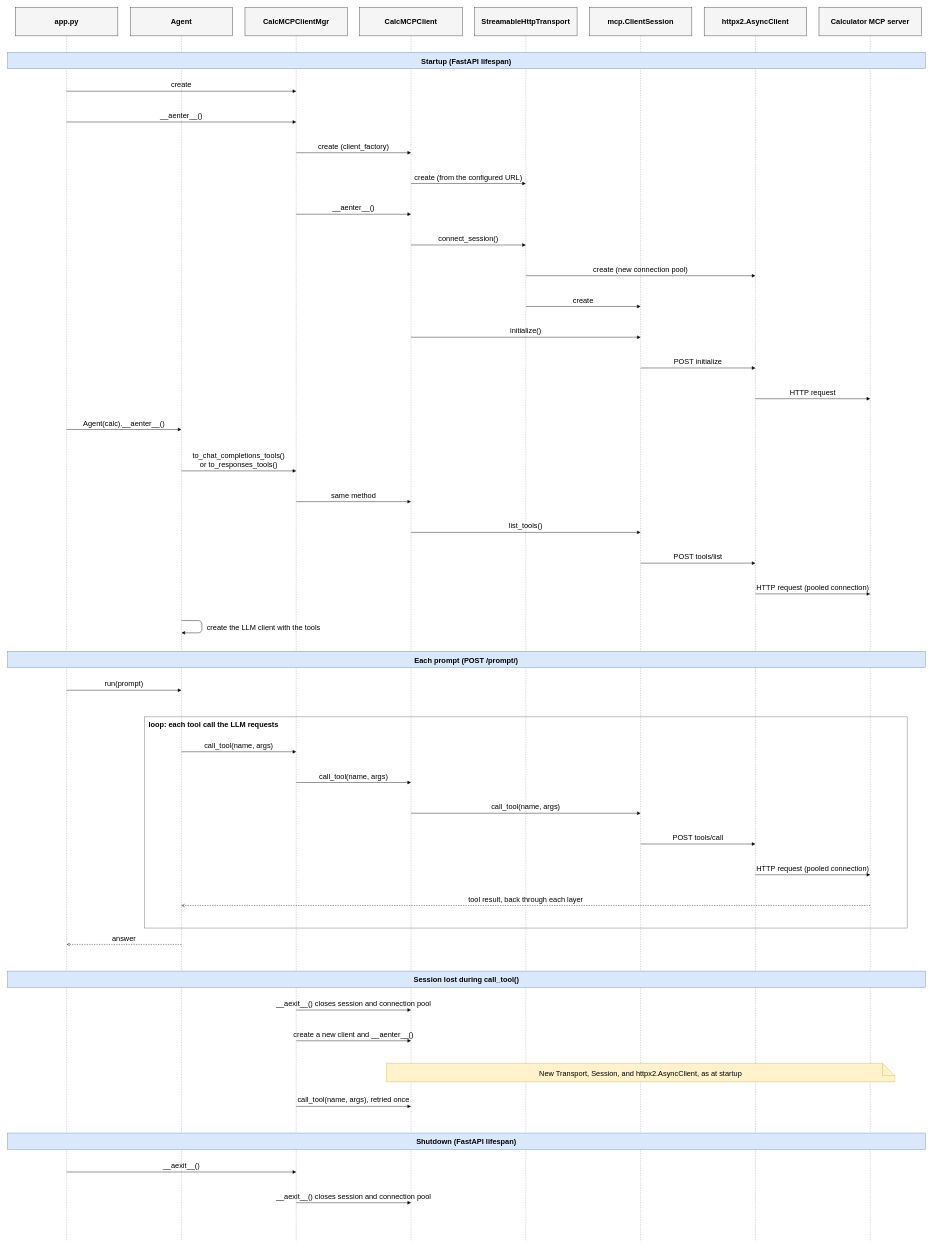
Earlier version of the draw.io diagram docs/mcp_sequence.drawio (rubensgomes-org/math-ai-agent). Source tidied: cells renumbered, new cells numbered last; positions are measured from the earlier drawing's top-left corner, leaving out a move shared by most shapes. Both pictures are drawn from the tidied source at 41%, with x=0, y=0 at pixel (7, 7).
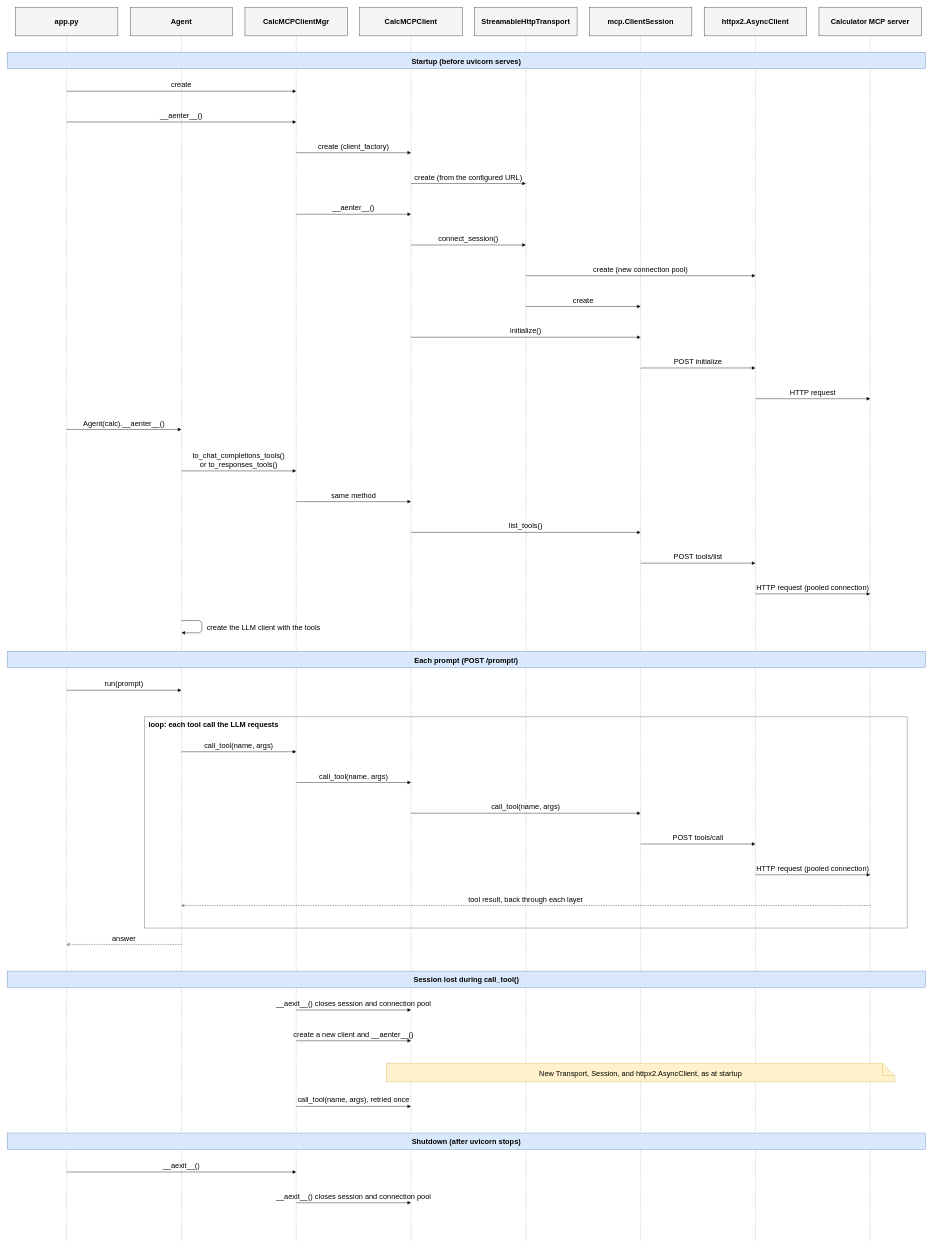
The same diagram, later.

The edit, as a diff of the source:
```diff
@@
-    <mxCell id="10" value="Startup (FastAPI lifespan)" style="rounded=0;fillColor=#dae8fc;strokeColor=#6c8ebf;fontSize=18;fontStyle=1;" parent="1" vertex="1">
+    <mxCell id="10" value="Startup (before uvicorn serves)" style="rounded=0;fillColor=#dae8fc;strokeColor=#6c8ebf;fontSize=18;fontStyle=1;" parent="1" vertex="1">
       <mxGeometry y="110" width="2240" height="40" as="geometry" />
     </mxCell>
@@
-    <mxCell id="73" value="Shutdown (FastAPI lifespan)" style="rounded=0;fillColor=#dae8fc;strokeColor=#6c8ebf;fontSize=18;fontStyle=1;" parent="1" vertex="1">
+    <mxCell id="73" value="Shutdown (after uvicorn stops)" style="rounded=0;fillColor=#dae8fc;strokeColor=#6c8ebf;fontSize=18;fontStyle=1;" parent="1" vertex="1">
       <mxGeometry y="2746" width="2240" height="40" as="geometry" />
     </mxCell>
```
